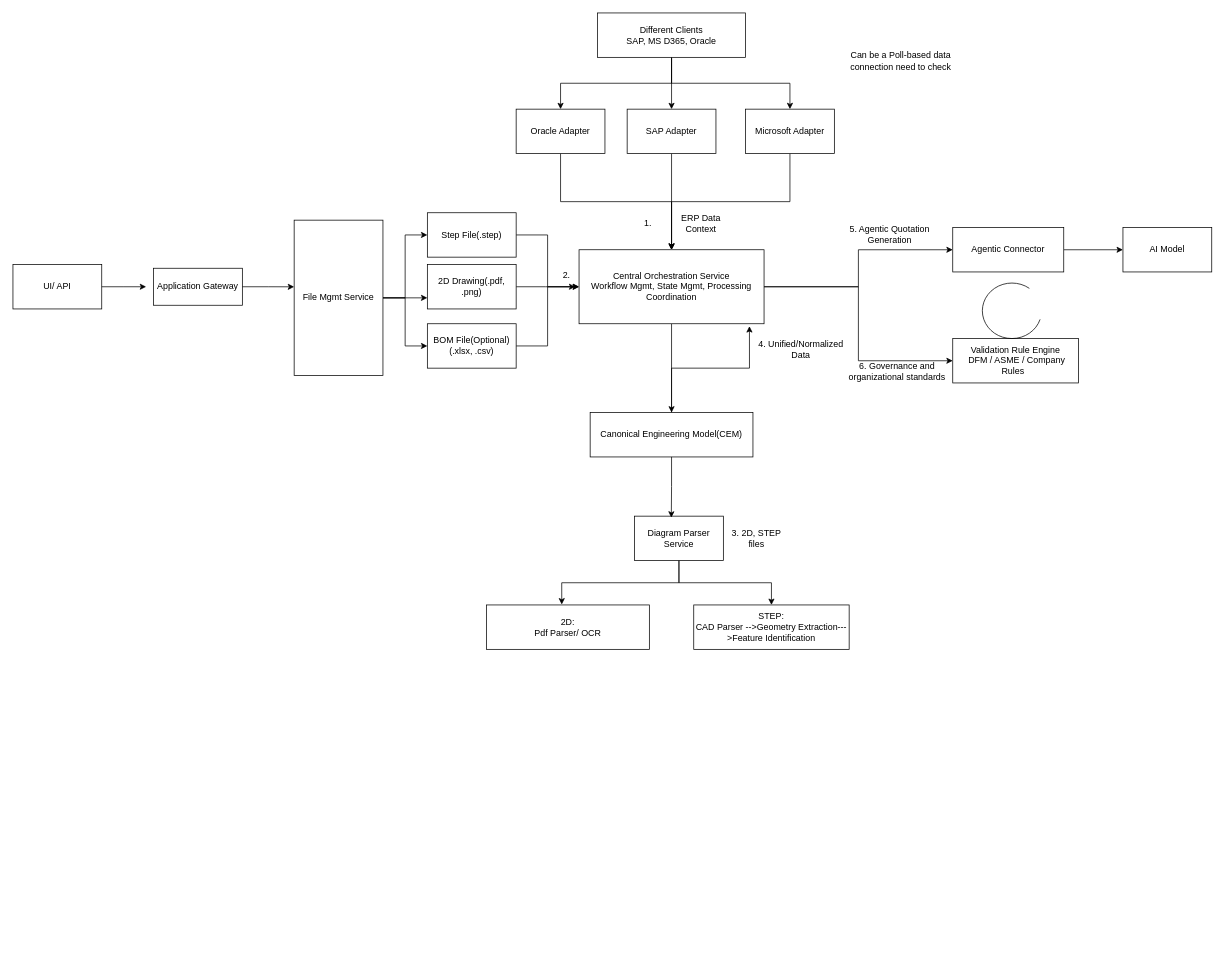
Before: AIQ System Design.drawio in AchyuthMohan/system-architectures, a draw.io diagram. Source tidied: cells renumbered, new cells numbered last; positions are measured from the earlier drawing's top-left corner, leaving out a move shared by most shapes. Both pictures are drawn from the tidied source at 74%, with x=0, y=0 at pixel (13, 13).
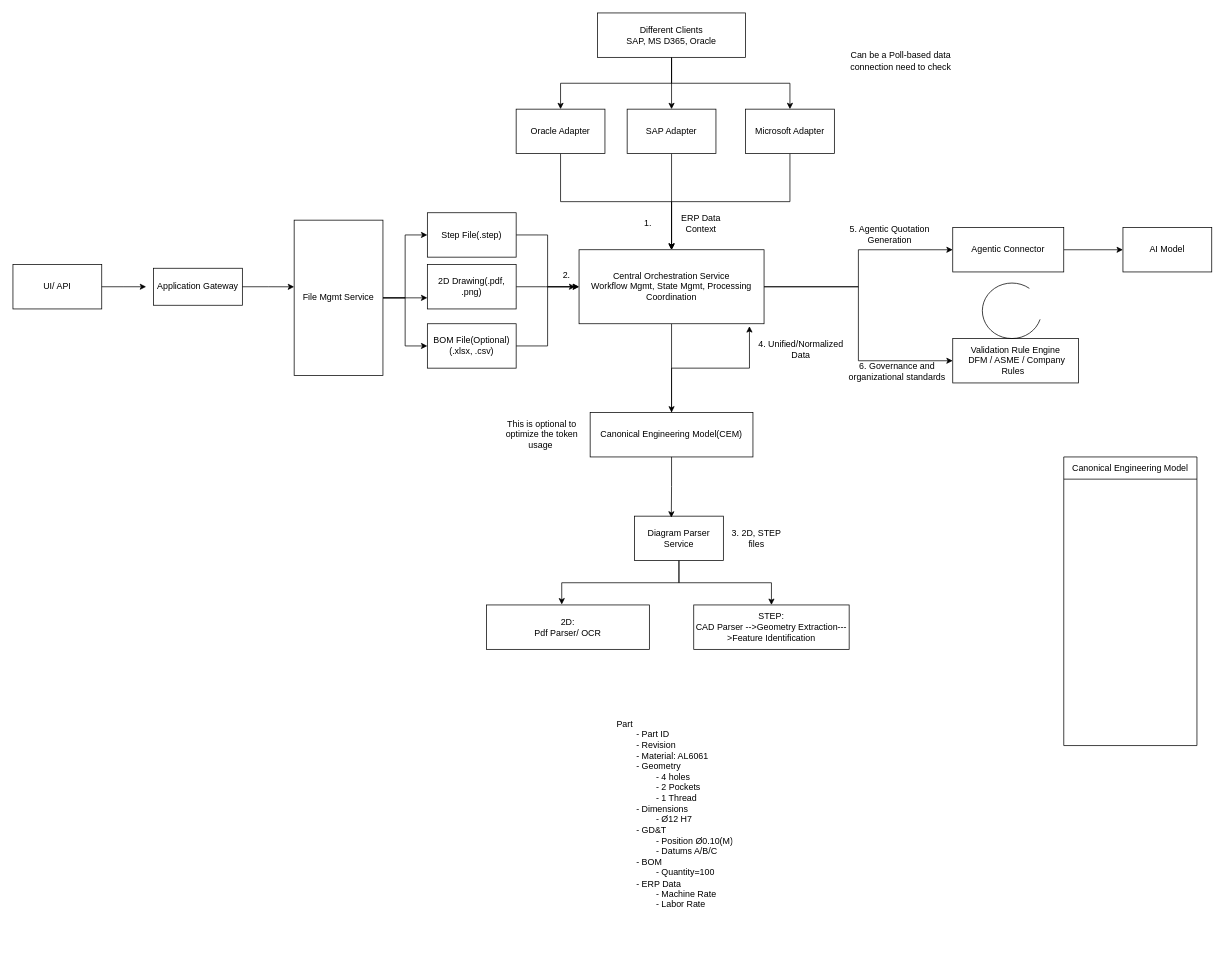
The same diagram, later.

What changed in the source:
```diff
@@
+    <mxCell id="51" value="This is optional to optimize the token usage&amp;nbsp;" style="text;html=1;whiteSpace=wrap;strokeColor=none;fillColor=none;align=center;verticalAlign=middle;rounded=0;" parent="1" vertex="1">
+      <mxGeometry x="650" y="555" width="130" height="30" as="geometry" />
+    </mxCell>
+    <mxCell id="52" value="Canonical Engineering Model" style="swimlane;fontStyle=0;horizontal=1;startSize=30;whiteSpace=wrap;html=1;" parent="1" vertex="1">
+      <mxGeometry x="1420" y="600" width="180" height="390" as="geometry" />
+    </mxCell>
+    <mxCell id="53" value="Part&lt;div&gt;&lt;span style=&quot;white-space: pre;&quot;&gt;&#9;&lt;/span&gt;- Part ID&lt;br&gt;&lt;/div&gt;&lt;div&gt;&lt;span style=&quot;white-space: pre;&quot;&gt;&#9;&lt;/span&gt;- Revision&lt;br&gt;&lt;/div&gt;&lt;div&gt;&lt;span style=&quot;white-space: pre;&quot;&gt;&#9;&lt;/span&gt;- Material: AL6061&lt;br&gt;&lt;/div&gt;&lt;div&gt;&lt;span style=&quot;white-space: pre;&quot;&gt;&#9;&lt;/span&gt;- Geometry&lt;br&gt;&lt;/div&gt;&lt;div&gt;&lt;span style=&quot;white-space: pre;&quot;&gt;&#9;&lt;/span&gt;&lt;span style=&quot;white-space: pre;&quot;&gt;&#9;&lt;/span&gt;- 4 holes&lt;br&gt;&lt;/div&gt;&lt;div&gt;&lt;span style=&quot;white-space: pre;&quot;&gt;&#9;&lt;/span&gt;&lt;span style=&quot;white-space: pre;&quot;&gt;&#9;&lt;/span&gt;- 2 Pockets&lt;br&gt;&lt;/div&gt;&lt;div&gt;&lt;span style=&quot;white-space: pre;&quot;&gt;&#9;&lt;/span&gt;&lt;span style=&quot;white-space: pre;&quot;&gt;&#9;&lt;/span&gt;- 1 Thread&lt;br&gt;&lt;/div&gt;&lt;div&gt;&lt;span style=&quot;white-space: pre;&quot;&gt;&#9;&lt;/span&gt;- Dimensions&lt;br&gt;&lt;/div&gt;&lt;div&gt;&lt;span style=&quot;white-space: pre;&quot;&gt;&#9;&lt;/span&gt;&lt;span style=&quot;white-space: pre;&quot;&gt;&#9;&lt;/span&gt;-&amp;nbsp;&lt;span style=&quot;background-color: transparent; color: light-dark(rgb(0, 0, 0), rgb(255, 255, 255));&quot;&gt;Ø12 H7&lt;/span&gt;&lt;/div&gt;&lt;div&gt;&lt;span style=&quot;white-space: pre;&quot;&gt;&#9;&lt;/span&gt;-&amp;nbsp;&lt;span style=&quot;background-color: transparent; color: light-dark(rgb(0, 0, 0), rgb(255, 255, 255));&quot;&gt;GD&amp;amp;T&lt;/span&gt;&lt;br&gt;&lt;/div&gt;&lt;div&gt;&lt;span style=&quot;background-color: transparent; color: light-dark(rgb(0, 0, 0), rgb(255, 255, 255));&quot;&gt;&lt;span style=&quot;white-space: pre;&quot;&gt;&#9;&lt;/span&gt;&lt;span style=&quot;white-space: pre;&quot;&gt;&#9;&lt;/span&gt;-&amp;nbsp;&lt;/span&gt;&lt;span style=&quot;background-color: transparent; color: light-dark(rgb(0, 0, 0), rgb(255, 255, 255));&quot;&gt;Position Ø0.10(M)&lt;/span&gt;&lt;span style=&quot;background-color: transparent; color: light-dark(rgb(0, 0, 0), rgb(255, 255, 255));&quot;&gt;&lt;br&gt;&lt;/span&gt;&lt;/div&gt;&lt;div&gt;&lt;span style=&quot;background-color: transparent; color: light-dark(rgb(0, 0, 0), rgb(255, 255, 255));&quot;&gt;&lt;span style=&quot;white-space: pre;&quot;&gt;&#9;&lt;/span&gt;&lt;span style=&quot;white-space: pre;&quot;&gt;&#9;&lt;/span&gt;-&amp;nbsp;&lt;/span&gt;&lt;span style=&quot;background-color: transparent; color: light-dark(rgb(0, 0, 0), rgb(255, 255, 255));&quot;&gt;Datums A/B/C&lt;/span&gt;&lt;span style=&quot;background-color: transparent; color: light-dark(rgb(0, 0, 0), rgb(255, 255, 255));&quot;&gt;&lt;br&gt;&lt;/span&gt;&lt;/div&gt;&lt;div&gt;&lt;span style=&quot;background-color: transparent; color: light-dark(rgb(0, 0, 0), rgb(255, 255, 255));&quot;&gt;&lt;span style=&quot;white-space: pre;&quot;&gt;&#9;&lt;/span&gt;- BOM&lt;br&gt;&lt;/span&gt;&lt;/div&gt;&lt;div&gt;&lt;span style=&quot;background-color: transparent; color: light-dark(rgb(0, 0, 0), rgb(255, 255, 255));&quot;&gt;&lt;span style=&quot;white-space: pre;&quot;&gt;&#9;&lt;/span&gt;&lt;span style=&quot;white-space: pre;&quot;&gt;&#9;&lt;/span&gt;- Quantity=100&lt;br&gt;&lt;/span&gt;&lt;/div&gt;&lt;div&gt;&lt;span style=&quot;background-color: transparent; color: light-dark(rgb(0, 0, 0), rgb(255, 255, 255));&quot;&gt;&lt;span style=&quot;white-space: pre;&quot;&gt;&#9;&lt;/span&gt;- ERP Data&lt;br&gt;&lt;/span&gt;&lt;/div&gt;&lt;div&gt;&lt;span style=&quot;background-color: transparent; color: light-dark(rgb(0, 0, 0), rgb(255, 255, 255));&quot;&gt;&lt;span style=&quot;white-space: pre;&quot;&gt;&#9;&lt;/span&gt;&lt;span style=&quot;white-space: pre;&quot;&gt;&#9;&lt;/span&gt;- Machine Rate&lt;br&gt;&lt;/span&gt;&lt;/div&gt;&lt;div&gt;&lt;span style=&quot;background-color: transparent; color: light-dark(rgb(0, 0, 0), rgb(255, 255, 255));&quot;&gt;&lt;span style=&quot;white-space: pre;&quot;&gt;&#9;&lt;/span&gt;&lt;span style=&quot;white-space: pre;&quot;&gt;&#9;&lt;/span&gt;- Labor Rate&lt;br&gt;&lt;/span&gt;&lt;/div&gt;&lt;div&gt;&lt;br&gt;&lt;/div&gt;" style="text;strokeColor=none;fillColor=none;align=left;verticalAlign=middle;spacingLeft=4;spacingRight=4;overflow=hidden;whiteSpace=wrap;html=1;" parent="1" vertex="1">
+      <mxGeometry x="810" y="910" width="180" height="360" as="geometry" />
+    </mxCell>
```
